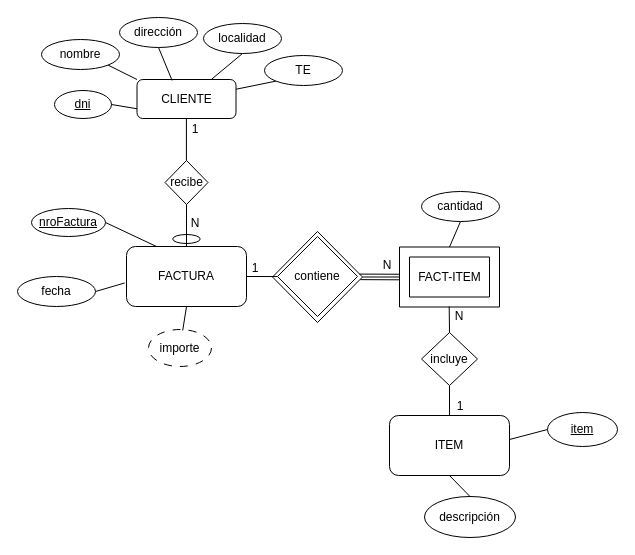
This is MER FAI.drawio from tromenArarat/Curso-DBA, a draw.io file, before an edit. Source tidied: cells renumbered, new cells numbered last; positions are measured from the earlier drawing's top-left corner, leaving out a move shared by most shapes. Both pictures are drawn from the tidied source at 100%, with x=0, y=0 at pixel (17, 17).
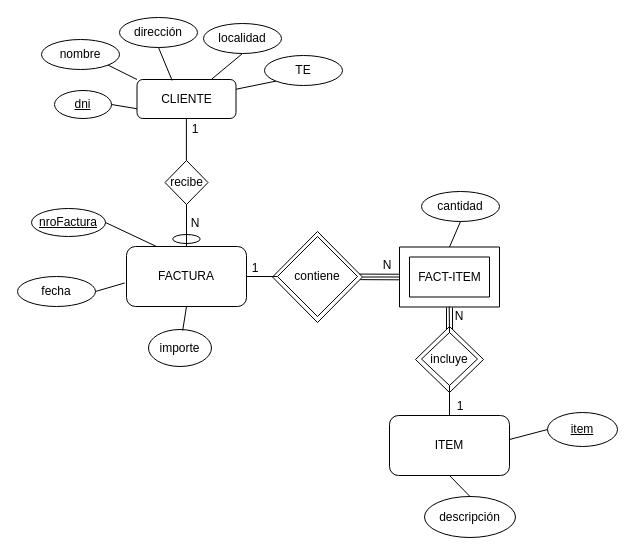
The same page after the edit.

What changed in the source:
```diff
@@
+    <mxCell id="49" style="rhombus;whiteSpace=wrap;html=1;" parent="1" vertex="1">
+      <mxGeometry x="398" y="309" width="68" height="66" as="geometry" />
+    </mxCell>
@@
-    <mxCell id="8" style="group;" parent="1" vertex="1">
+    <mxCell id="8" style="group;rounded=0;" parent="1" vertex="1">
       <mxGeometry x="382" y="229.5" width="100" height="60" as="geometry" />
     </mxCell>
@@
-    <mxCell id="37" value="importe" style="ellipse;whiteSpace=wrap;html=1;dashed=1;dashPattern=8 8;" parent="1" vertex="1">
+    <mxCell id="37" value="importe" style="ellipse;whiteSpace=wrap;html=1;" parent="1" vertex="1">
       <mxGeometry x="131" y="312" width="63" height="37" as="geometry" />
     </mxCell>
@@
+    <mxCell id="50" style="endArrow=none;html=1;rounded=0;" parent="1" edge="1">
+      <mxGeometry relative="1" as="geometry">
+        <mxPoint x="429" y="312" as="sourcePoint" />
+        <mxPoint x="429" y="290" as="targetPoint" />
+      </mxGeometry>
+    </mxCell>
+    <mxCell id="51" style="endArrow=none;html=1;rounded=0;" parent="1" edge="1">
+      <mxGeometry relative="1" as="geometry">
+        <mxPoint x="435" y="312" as="sourcePoint" />
+        <mxPoint x="435" y="290" as="targetPoint" />
+      </mxGeometry>
+    </mxCell>
```
